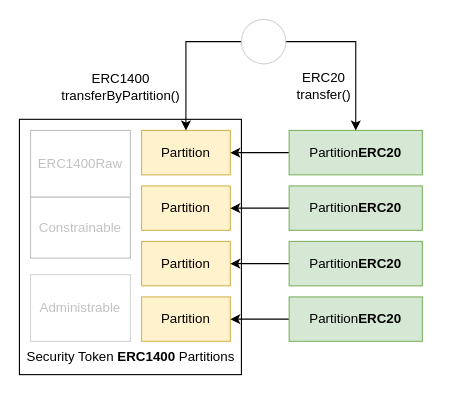
Earlier version of the draw.io diagram resources/partitions.drawio (micobo-gmbh/micobo-Security-Token). Source tidied: cells renumbered, new cells numbered last; positions are measured from the earlier drawing's top-left corner, leaving out a move shared by most shapes. Both pictures are drawn from the tidied source at 111%, with x=0, y=0 at pixel (19, 19).
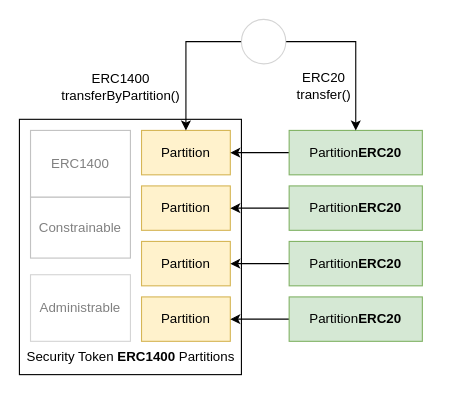
Above is the later version.

Unchanged cells that the change refers to:
```xml
<mxCell id="6" style="group;" parent="5" vertex="1">
  <mxGeometry x="-10" y="90" width="200" height="230" as="geometry" />
</mxCell>
```

What changed in the source:
```diff
@@
-    <mxCell id="12" value="&lt;font color=&quot;#c2c2c2&quot;&gt;Constrainable&lt;/font&gt;" style="rounded=0;whiteSpace=wrap;html=1;strokeColor=#C2C2C2;" parent="6" vertex="1">
+    <mxCell id="12" value="&lt;font color=&quot;#808080&quot;&gt;Constrainable&lt;/font&gt;" style="rounded=0;whiteSpace=wrap;html=1;strokeColor=#C2C2C2;" parent="6" vertex="1">
       <mxGeometry x="10" y="70" width="90" height="55" as="geometry" />
     </mxCell>
-    <mxCell id="13" value="&lt;font color=&quot;#c2c2c2&quot;&gt;Administrable&lt;/font&gt;" style="rounded=0;whiteSpace=wrap;html=1;opacity=70;strokeColor=#C2C2C2;" parent="6" vertex="1">
+    <mxCell id="13" value="&lt;font color=&quot;#808080&quot;&gt;Administrable&lt;/font&gt;" style="rounded=0;whiteSpace=wrap;html=1;opacity=70;strokeColor=#C2C2C2;" parent="6" vertex="1">
       <mxGeometry x="10" y="140" width="90" height="60" as="geometry" />
     </mxCell>
-    <mxCell id="14" value="&lt;font color=&quot;#c2c2c2&quot;&gt;ERC1400Raw&lt;/font&gt;" style="rounded=0;whiteSpace=wrap;html=1;strokeColor=#C2C2C2;" parent="6" vertex="1">
+    <mxCell id="14" value="&lt;font color=&quot;#808080&quot;&gt;ERC1400&lt;/font&gt;" style="rounded=0;whiteSpace=wrap;html=1;strokeColor=#C2C2C2;" parent="6" vertex="1">
       <mxGeometry x="10" y="10" width="90" height="60" as="geometry" />
     </mxCell>
```
